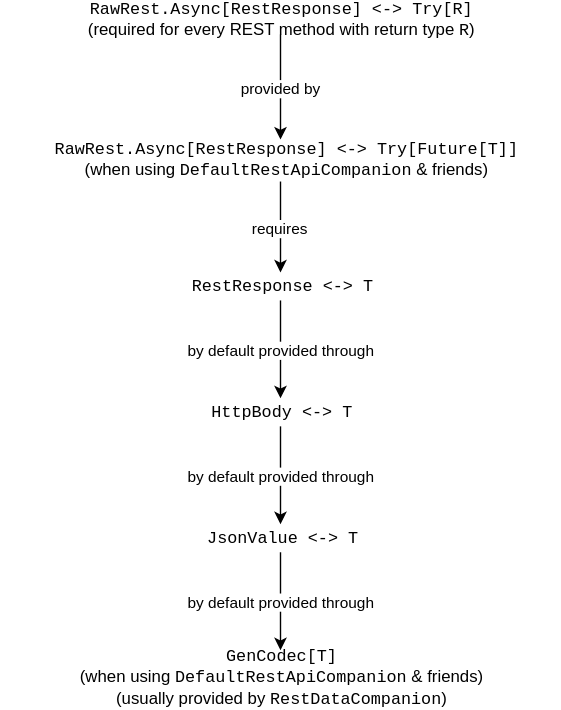
This is docs/images/REST.svg from AVSystem/scala-commons, a draw.io export, as it was before one commit. Source tidied: cells renumbered, new cells last; positions are measured from the earlier drawing's top-left corner, leaving out a move shared by most shapes.
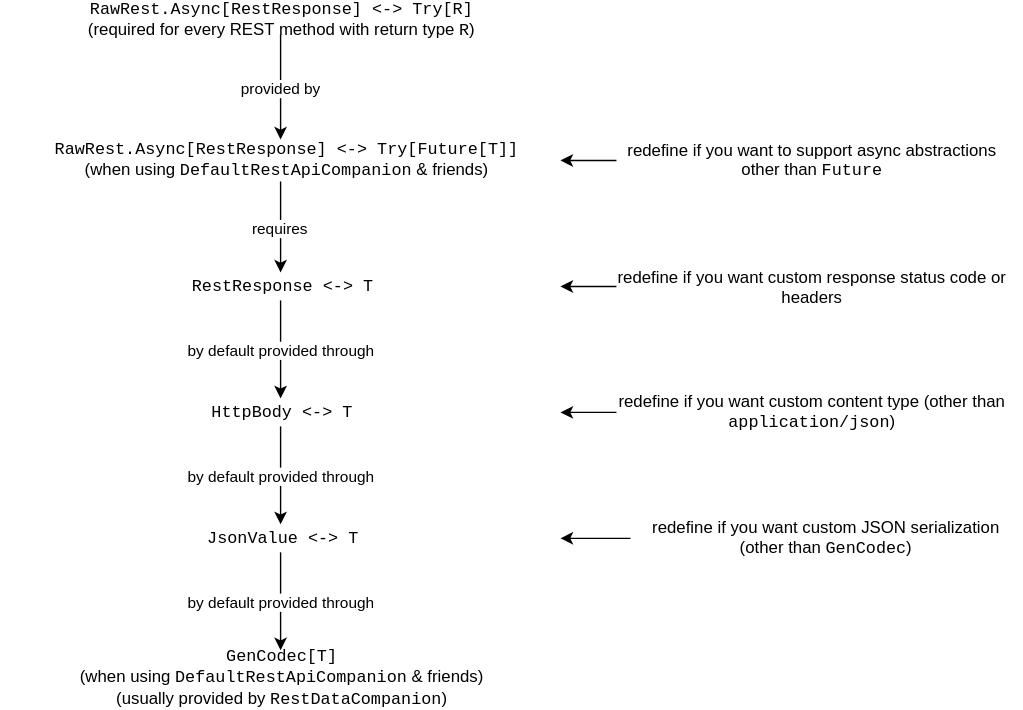
The same diagram one commit later.

Commit message:
REST serialization diagram updated

Change to the diagram source:
```diff
@@ -35,5 +35,29 @@
     <mxCell id="12" value="&lt;div&gt;GenCodec[T]&lt;/div&gt;&lt;div&gt;&lt;font face=&quot;Helvetica&quot;&gt;(when using &lt;font face=&quot;Courier New&quot;&gt;DefaultRestApiCompanion&lt;/font&gt; &amp;amp; friends)&lt;/font&gt;&lt;/div&gt;&lt;div&gt;&lt;font face=&quot;Helvetica&quot;&gt;(usually provided by &lt;font face=&quot;Courier New&quot;&gt;RestDataCompanion&lt;/font&gt;)&lt;/font&gt;&lt;br&gt;&lt;/div&gt;" style="text;html=1;strokeColor=none;fillColor=none;align=center;verticalAlign=middle;whiteSpace=wrap;rounded=0;fontFamily=Courier New;" parent="1" vertex="1">
       <mxGeometry y="460" width="400" height="40" as="geometry" />
     </mxCell>
+    <mxCell id="13" style="edgeStyle=orthogonalEdgeStyle;rounded=0;html=1;endArrow=classic;endFill=1;jettySize=auto;fontFamily=Helvetica;" parent="1" edge="1" source="14" target="5">
+      <mxGeometry relative="1" as="geometry" />
+    </mxCell>
+    <mxCell id="14" value="redefine if you want to support async abstractions other than &lt;font face=&quot;Courier New&quot;&gt;Future&lt;/font&gt;" style="text;html=1;strokeColor=none;fillColor=none;align=center;verticalAlign=middle;whiteSpace=wrap;rounded=0;fontFamily=Helvetica;" parent="1" vertex="1">
+      <mxGeometry x="440" y="105" width="280" height="10" as="geometry" />
+    </mxCell>
+    <mxCell id="15" style="edgeStyle=orthogonalEdgeStyle;rounded=0;html=1;endArrow=classic;endFill=1;jettySize=auto;fontFamily=Helvetica;" parent="1" edge="1" source="16" target="7">
+      <mxGeometry relative="1" as="geometry" />
+    </mxCell>
+    <mxCell id="16" value="&lt;div&gt;redefine if you want custom response status code or headers&lt;/div&gt;" style="text;html=1;strokeColor=none;fillColor=none;align=center;verticalAlign=middle;whiteSpace=wrap;rounded=0;fontFamily=Helvetica;" parent="1" vertex="1">
+      <mxGeometry x="440" y="195" width="280" height="10" as="geometry" />
+    </mxCell>
+    <mxCell id="17" style="edgeStyle=orthogonalEdgeStyle;rounded=0;html=1;endArrow=classic;endFill=1;jettySize=auto;fontFamily=Helvetica;" parent="1" edge="1" source="18" target="9">
+      <mxGeometry relative="1" as="geometry" />
+    </mxCell>
+    <mxCell id="18" value="&lt;div&gt;redefine if you want custom content type (other than &lt;font face=&quot;Courier New&quot;&gt;application/json&lt;/font&gt;)&lt;br&gt;&lt;/div&gt;" style="text;html=1;strokeColor=none;fillColor=none;align=center;verticalAlign=middle;whiteSpace=wrap;rounded=0;fontFamily=Helvetica;" parent="1" vertex="1">
+      <mxGeometry x="440" y="285" width="280" height="10" as="geometry" />
+    </mxCell>
+    <mxCell id="19" style="edgeStyle=orthogonalEdgeStyle;rounded=0;html=1;endArrow=classic;endFill=1;jettySize=auto;fontFamily=Helvetica;" parent="1" edge="1" source="20" target="11">
+      <mxGeometry relative="1" as="geometry" />
+    </mxCell>
+    <mxCell id="20" value="&lt;div&gt;redefine if you want custom JSON serialization (other than &lt;font face=&quot;Courier New&quot;&gt;GenCodec&lt;/font&gt;)&lt;br&gt;&lt;/div&gt;" style="text;html=1;strokeColor=none;fillColor=none;align=center;verticalAlign=middle;whiteSpace=wrap;rounded=0;fontFamily=Helvetica;" parent="1" vertex="1">
+      <mxGeometry x="450" y="375" width="280" height="10" as="geometry" />
+    </mxCell>
   </root>
 </mxGraphModel>
```
